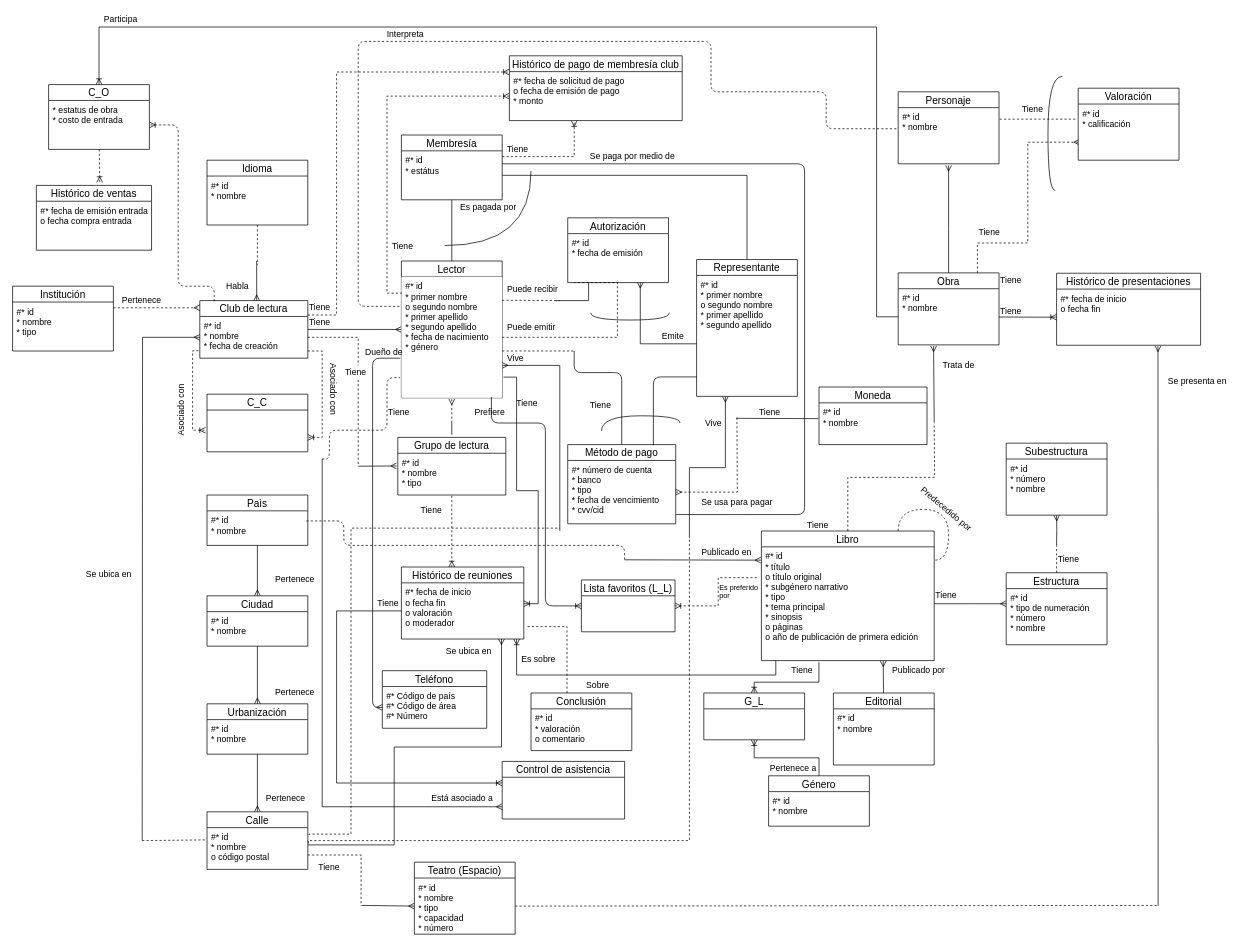
The draw.io diagram DB I/Hopefully this will be the last ER.drawio in NeutronBlast/IS-Ex, before the edit. Source tidied: cells renumbered, new cells numbered last; positions are measured from the earlier drawing's top-left corner, leaving out a move shared by most shapes. Both pictures are drawn from the tidied source at 72%, with x=0, y=0 at pixel (12, 12).
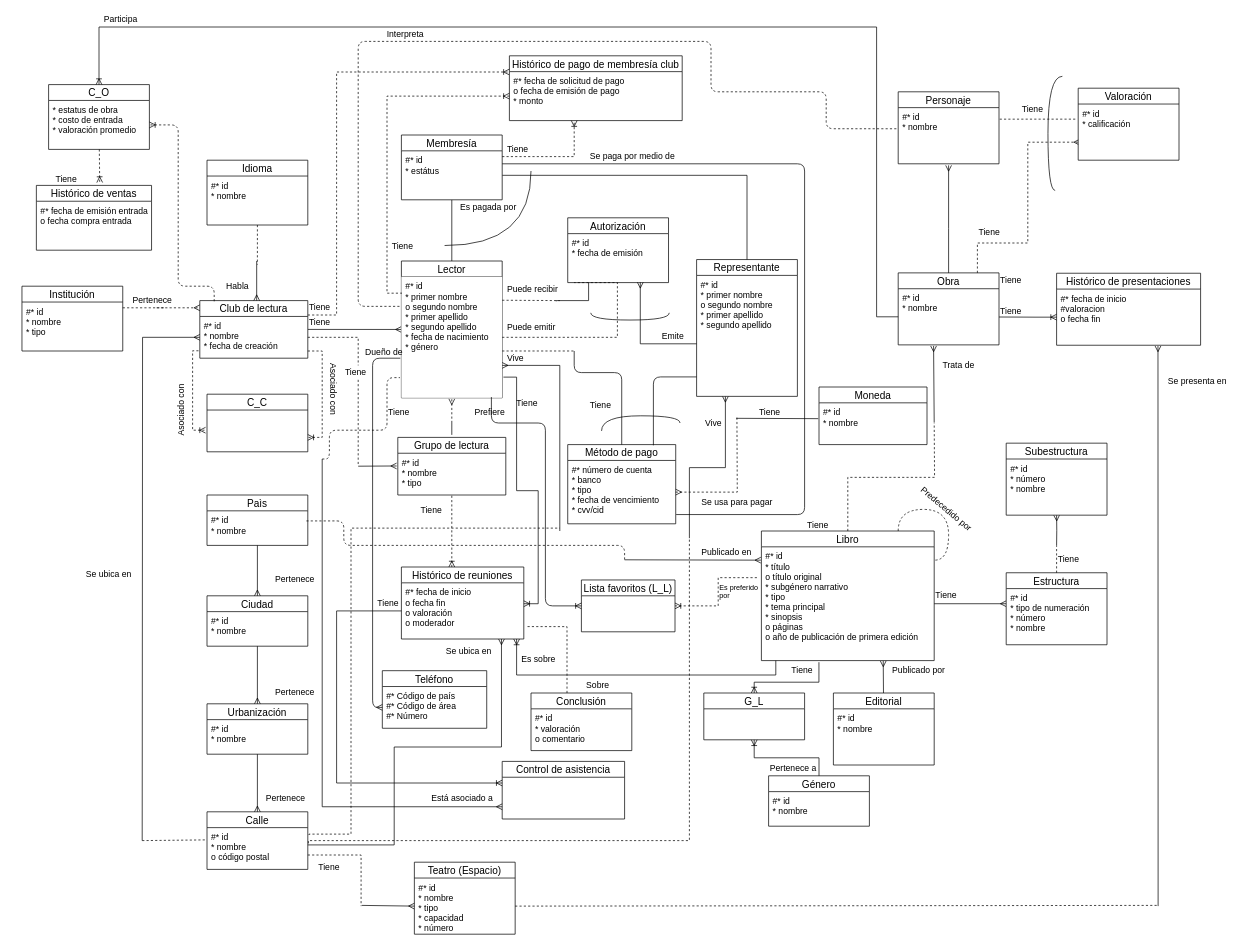
Above is the later version.

The change refers to these unchanged cells:
```xml
<mxCell id="151" value="Histórico de presentaciones" style="swimlane;fontStyle=0;horizontal=1;startSize=22;fillColor=none;swimlaneFillColor=#ffffff;align=center;fontSize=14;" parent="1" vertex="1">
  <mxGeometry x="1450" y="362" width="200" height="100" as="geometry" />
</mxCell>
<mxCell id="165" value="C_O" style="swimlane;fontStyle=0;horizontal=1;startSize=22;fillColor=none;swimlaneFillColor=#ffffff;align=center;fontSize=14;" parent="1" vertex="1">
  <mxGeometry x="50" y="100" width="140" height="90" as="geometry" />
</mxCell>
```

The edit, as a diff of the source:
```diff
@@
     <mxCell id="20" value="Institución" style="swimlane;fontStyle=0;horizontal=1;startSize=22;fillColor=none;swimlaneFillColor=#ffffff;align=center;fontSize=14;" parent="1" vertex="1">
-      <mxGeometry y="380" width="140" height="90" as="geometry" />
+      <mxGeometry x="13" y="380" width="140" height="90" as="geometry" />
     </mxCell>
@@
     <mxCell id="23" style="endArrow=none;html=1;dashed=1;" parent="1" edge="1">
       <mxGeometry relative="1" as="geometry">
-        <mxPoint x="140" y="410" as="sourcePoint" />
-        <mxPoint x="200" y="410" as="targetPoint" />
+        <mxPoint x="153" y="410" as="sourcePoint" />
+        <mxPoint x="213" y="410" as="targetPoint" />
       </mxGeometry>
     </mxCell>
@@
     <mxCell id="49" value="Pertenece" style="text;html=1;align=left;verticalAlign=top;spacingTop=-4;" parent="1" vertex="1">
-      <mxGeometry x="150" y="390" width="70" height="20" as="geometry" />
+      <mxGeometry x="165" y="390" width="70" height="20" as="geometry" />
     </mxCell>
@@
-    <mxCell id="152" value="#* fecha de inicio&#10;o fecha fin&#10;&#10;&#10;&#10;" style="text;strokeColor=none;fillColor=none;spacingLeft=4;spacingRight=4;overflow=hidden;points=[[0,0.5],[1,0.5]];portConstraint=eastwest;fontSize=12;" parent="151" vertex="1">
+    <mxCell id="152" value="#* fecha de inicio&#10;#valoracion&#10;o fecha fin&#10;&#10;&#10;&#10;" style="text;strokeColor=none;fillColor=none;spacingLeft=4;spacingRight=4;overflow=hidden;points=[[0,0.5],[1,0.5]];portConstraint=eastwest;fontSize=12;" parent="151" vertex="1">
       <mxGeometry y="22" width="200" height="78" as="geometry" />
     </mxCell>
@@
-    <mxCell id="166" value="* estatus de obra&#10;* costo de entrada&#10;" style="text;strokeColor=none;fillColor=none;spacingLeft=4;spacingRight=4;overflow=hidden;points=[[0,0.5],[1,0.5]];portConstraint=eastwest;fontSize=12;" parent="165" vertex="1">
+    <mxCell id="166" value="* estatus de obra&#10;* costo de entrada&#10;* valoración promedio&#10;" style="text;strokeColor=none;fillColor=none;spacingLeft=4;spacingRight=4;overflow=hidden;points=[[0,0.5],[1,0.5]];portConstraint=eastwest;fontSize=12;" parent="165" vertex="1">
       <mxGeometry y="22" width="140" height="68" as="geometry" />
     </mxCell>
@@
+    <mxCell id="192" value="Tiene" style="text;html=1;align=left;verticalAlign=top;spacingTop=-4;" parent="1" vertex="1">
+      <mxGeometry x="58" y="222" width="40" height="20" as="geometry" />
+    </mxCell>
```
